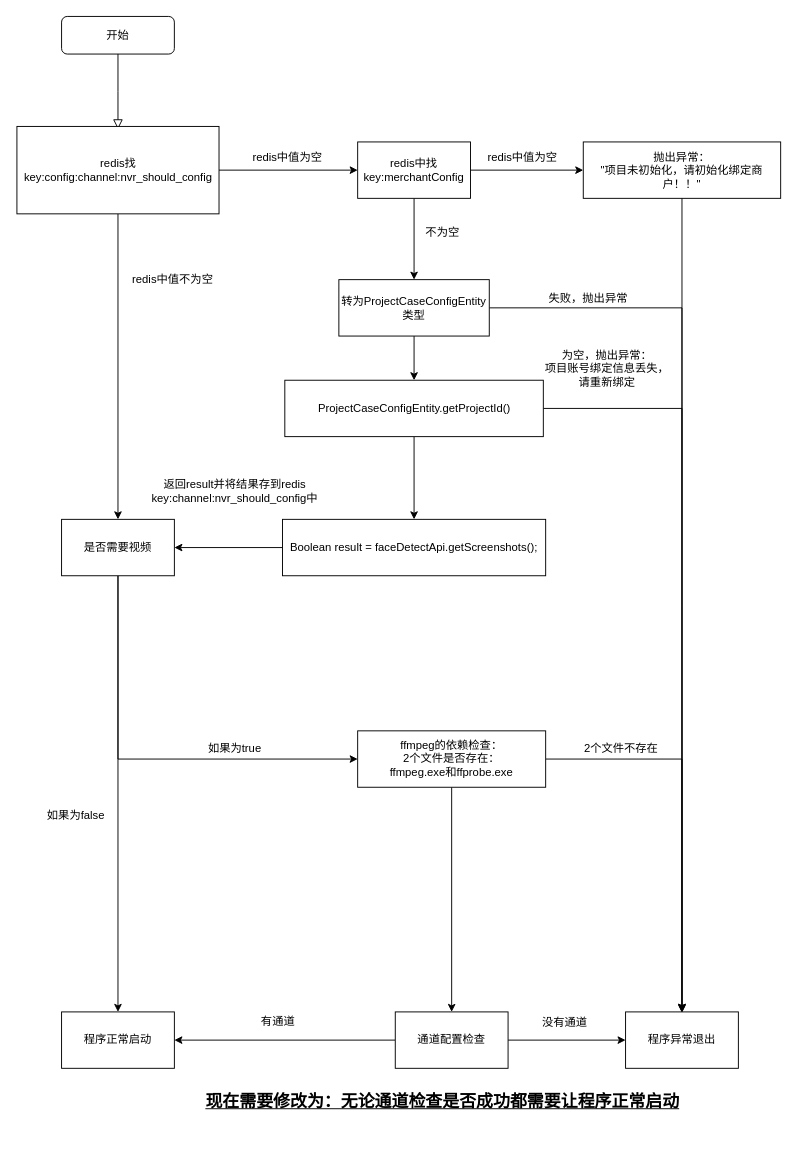
The draw.io diagram 旺小宝/cifi-face-syncfile启动流程.drawio in chenyichang110/picture, before the edit. Source tidied: cells renumbered, new cells numbered last; positions are measured from the earlier drawing's top-left corner, leaving out a move shared by most shapes. Both pictures are drawn from the tidied source at 94%, with x=0, y=0 at pixel (17, 16).
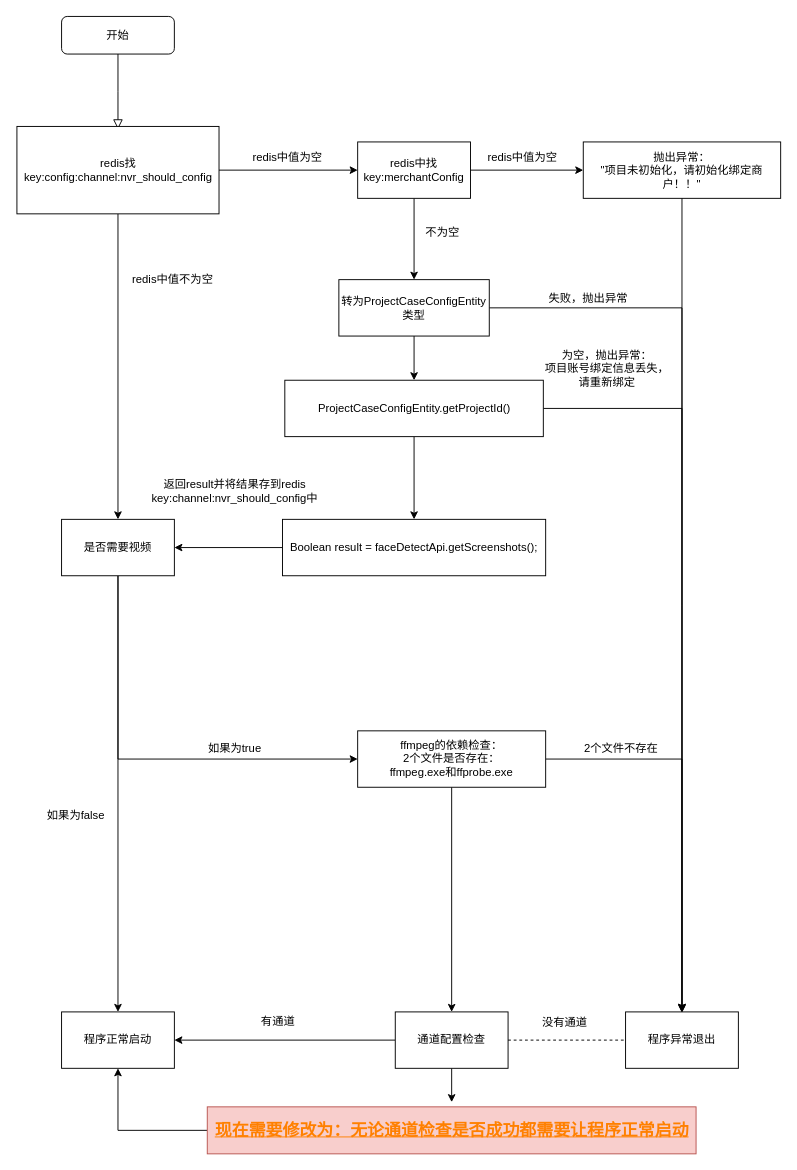
Above is the later version.

Commit message:
更新cifi-face-syncfile启动流程.drawio

The change refers to these unchanged cells:
```xml
<mxCell id="17" value="程序异常退出" style="rounded=0;whiteSpace=wrap;html=1;" parent="1" vertex="1">
  <mxGeometry x="647" y="1059" width="120" height="60" as="geometry" />
</mxCell>
<mxCell id="31" value="程序正常启动" style="rounded=0;whiteSpace=wrap;html=1;" parent="1" vertex="1">
  <mxGeometry x="47" y="1059" width="120" height="60" as="geometry" />
</mxCell>
<mxCell id="40" value="通道配置检查" style="rounded=0;whiteSpace=wrap;html=1;" parent="1" vertex="1">
  <mxGeometry x="402" y="1059" width="120" height="60" as="geometry" />
</mxCell>
```

Diff of the diagram source:
```diff
@@
-    <mxCell id="39" style="edgeStyle=orthogonalEdgeStyle;rounded=0;jettySize=auto;html=1;entryX=0;entryY=0.5;entryDx=0;entryDy=0;" parent="1" edge="1" source="40" target="17">
-      <mxGeometry relative="1" as="geometry" />
-    </mxCell>
+    <mxCell id="44" style="edgeStyle=orthogonalEdgeStyle;rounded=0;jettySize=auto;html=1;entryX=0.5;entryY=-0.1;entryDx=0;entryDy=0;entryPerimeter=0;" parent="1" edge="1" source="40" target="43">
+      <mxGeometry relative="1" as="geometry" />
+    </mxCell>
@@
+    <mxCell id="45" style="edgeStyle=orthogonalEdgeStyle;rounded=0;jettySize=auto;html=1;entryX=0.5;entryY=1;entryDx=0;entryDy=0;" parent="1" edge="1" source="43" target="31">
+      <mxGeometry relative="1" as="geometry" />
+    </mxCell>
-    <mxCell id="43" value="&lt;h3&gt;&lt;font style=&quot;font-size: 18px&quot;&gt;&lt;b&gt;&lt;u&gt;现在需要修改为：无论通道检查是否成功都需要让程序正常启动&lt;/u&gt;&lt;/b&gt;&lt;/font&gt;&lt;/h3&gt;" style="text;html=1;align=center;verticalAlign=middle;points=[];" parent="1" vertex="1">
-      <mxGeometry x="192" y="1130" width="520" height="50" as="geometry" />
+    <mxCell id="43" value="&lt;h3&gt;&lt;font style=&quot;font-size: 18px&quot; color=&quot;#ff8000&quot;&gt;&lt;b&gt;&lt;u&gt;现在需要修改为：无论通道检查是否成功都需要让程序正常启动&lt;/u&gt;&lt;/b&gt;&lt;/font&gt;&lt;/h3&gt;" style="text;html=1;align=center;verticalAlign=middle;points=[];fillColor=#f8cecc;strokeColor=#b85450;" parent="1" vertex="1">
+      <mxGeometry x="202" y="1160" width="520" height="50" as="geometry" />
     </mxCell>
+    <mxCell id="39" style="endArrow=none;dashed=1;html=1;exitX=1;exitY=0.5;exitDx=0;exitDy=0;entryX=0;entryY=0.5;entryDx=0;entryDy=0;" parent="1" edge="1" source="40" target="17">
+      <mxGeometry relative="1" as="geometry" />
+    </mxCell>
```
